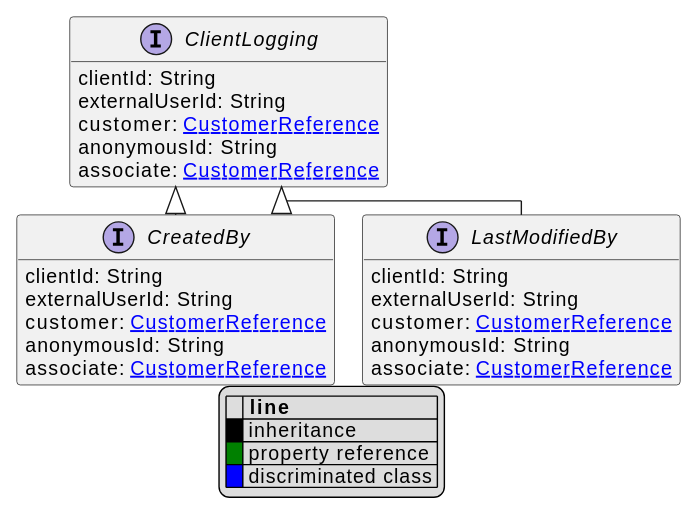
The PlantUML diagram uml/api/svg/ClientLogging.svg in commercetools/commercetools-api-reference, before a commit.
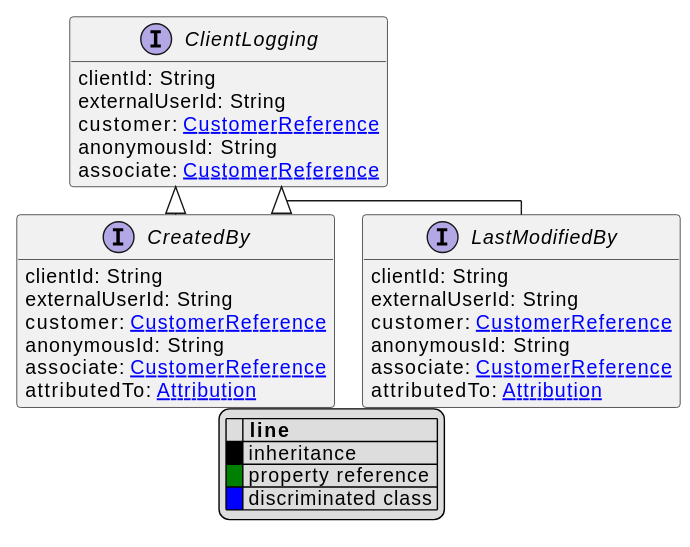
The same diagram one commit later.

Change to the diagram source:
```diff
@@ -22,6 +22,7 @@
     customer: [[CustomerReference.svg CustomerReference]]
     anonymousId: String
     associate: [[CustomerReference.svg CustomerReference]]
+    attributedTo: [[Attribution.svg Attribution]]
 }
 interface LastModifiedBy [[LastModifiedBy.svg]] extends ClientLogging {
     clientId: String
@@ -29,6 +30,7 @@
     customer: [[CustomerReference.svg CustomerReference]]
     anonymousId: String
     associate: [[CustomerReference.svg CustomerReference]]
+    attributedTo: [[Attribution.svg Attribution]]
 }
 
 
```
